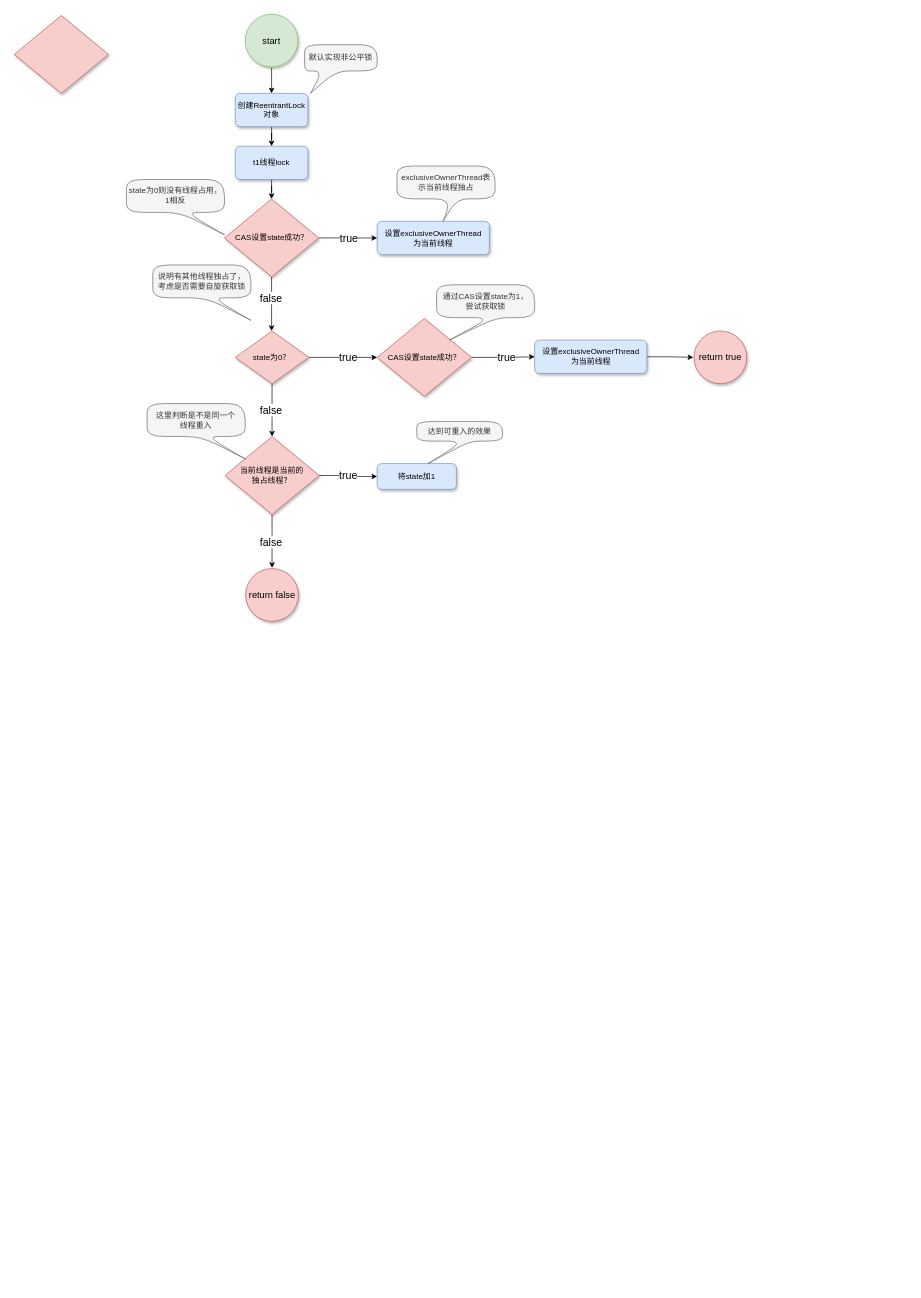
Above: typora/JavaSE/7 并发/JUC-interface-diagram/ReentrantLock执行流程.drawio in LDChing0321/JavaLearn (draw.io), before the change. Source tidied: cells renumbered, new cells numbered last; positions are measured from the earlier drawing's top-left corner, leaving out a move shared by most shapes. Both pictures are drawn from the tidied source at 66%, with x=0, y=0 at pixel (14, 14).
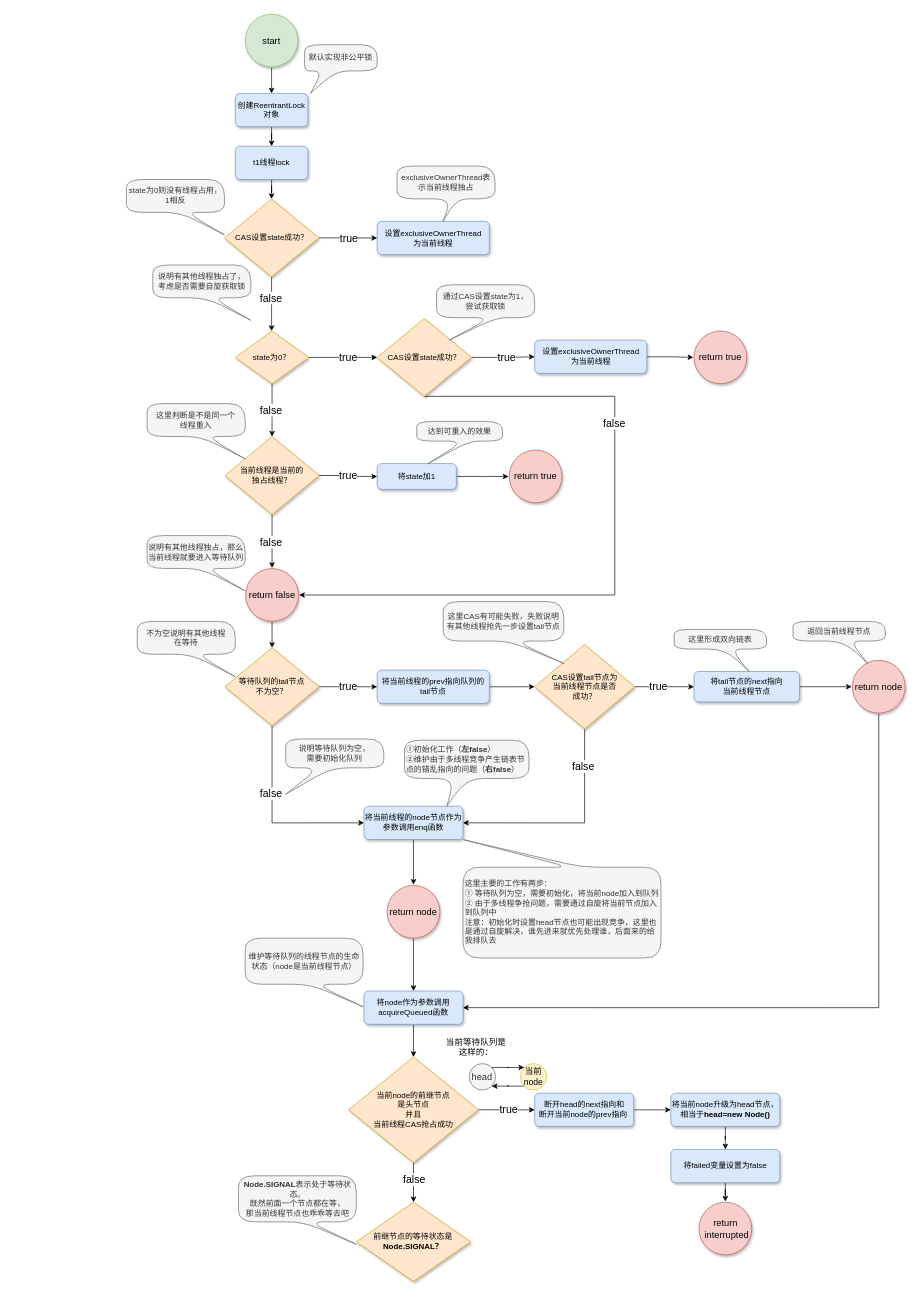
After the change.

Commit message:
更新ReentrantLock执行流程.drawio

The change refers to these unchanged cells:
```xml
<mxCell id="35" value="return&amp;nbsp;false" style="strokeWidth=1;html=1;shape=mxgraph.flowchart.start_2;whiteSpace=wrap;labelBorderColor=none;strokeColor=#b85450;perimeterSpacing=1;fillColor=#f8cecc;shadow=1;fontSize=14;" parent="1" vertex="1">
  <mxGeometry x="350.7" y="840" width="80" height="80" as="geometry" />
</mxCell>
<mxCell id="37" value="将state加1" style="rounded=1;whiteSpace=wrap;html=1;absoluteArcSize=1;arcSize=14;strokeWidth=1;fillColor=#dae8fc;strokeColor=#6c8ebf;shadow=1;" parent="1" vertex="1">
  <mxGeometry x="550" y="680.9" width="120" height="39.1" as="geometry" />
</mxCell>
```

Diff of the diagram source:
```diff
@@
-    <mxCell id="9" style="strokeWidth=1;html=1;shape=mxgraph.flowchart.decision;whiteSpace=wrap;fillColor=#f8cecc;strokeColor=#b85450;shadow=1;" parent="1" vertex="1">
-      <mxGeometry y="2" width="142.8" height="118" as="geometry" />
-    </mxCell>
@@
-    <mxCell id="13" value="CAS设置state成功？" style="strokeWidth=1;html=1;shape=mxgraph.flowchart.decision;whiteSpace=wrap;fillColor=#f8cecc;strokeColor=#b85450;shadow=1;" parent="1" vertex="1">
+    <mxCell id="13" value="CAS设置state成功？" style="strokeWidth=1;html=1;shape=mxgraph.flowchart.decision;whiteSpace=wrap;fillColor=#ffe6cc;strokeColor=#d79b00;shadow=1;" parent="1" vertex="1">
       <mxGeometry x="318.6" y="280" width="142.8" height="118" as="geometry" />
     </mxCell>
@@
-    <mxCell id="21" value="state为0？" style="strokeWidth=1;html=1;shape=mxgraph.flowchart.decision;whiteSpace=wrap;fillColor=#f8cecc;strokeColor=#b85450;shadow=1;" parent="1" vertex="1">
+    <mxCell id="21" value="state为0？" style="strokeWidth=1;html=1;shape=mxgraph.flowchart.decision;whiteSpace=wrap;fillColor=#ffe6cc;strokeColor=#d79b00;shadow=1;" parent="1" vertex="1">
       <mxGeometry x="335" y="480" width="111.4" height="80" as="geometry" />
     </mxCell>
@@
+    <mxCell id="40" style="edgeStyle=orthogonalEdgeStyle;rounded=0;jettySize=auto;html=1;exitX=0.5;exitY=1;exitDx=0;exitDy=0;exitPerimeter=0;entryX=1;entryY=0.5;entryDx=0;entryDy=0;entryPerimeter=0;fontSize=16;" parent="1" edge="1" source="23" target="35">
+      <mxGeometry relative="1" as="geometry">
+        <Array as="points">
+          <mxPoint x="910" y="579" />
+          <mxPoint x="910" y="880" />
+        </Array>
+      </mxGeometry>
+    </mxCell>
-    <mxCell id="23" value="CAS设置state成功？" style="strokeWidth=1;html=1;shape=mxgraph.flowchart.decision;whiteSpace=wrap;fillColor=#f8cecc;strokeColor=#b85450;shadow=1;" parent="1" vertex="1">
+    <mxCell id="23" value="CAS设置state成功？" style="strokeWidth=1;html=1;shape=mxgraph.flowchart.decision;whiteSpace=wrap;fillColor=#ffe6cc;strokeColor=#d79b00;shadow=1;" parent="1" vertex="1">
       <mxGeometry x="550" y="461" width="142.8" height="118" as="geometry" />
     </mxCell>
@@
-    <mxCell id="32" value="当前线程是当前的&lt;br&gt;独占线程？" style="strokeWidth=1;html=1;shape=mxgraph.flowchart.decision;whiteSpace=wrap;fillColor=#f8cecc;strokeColor=#b85450;shadow=1;" parent="1" vertex="1">
+    <mxCell id="32" value="当前线程是当前的&lt;br&gt;独占线程？" style="strokeWidth=1;html=1;shape=mxgraph.flowchart.decision;whiteSpace=wrap;fillColor=#ffe6cc;strokeColor=#d79b00;shadow=1;" parent="1" vertex="1">
       <mxGeometry x="319.3" y="640" width="142.8" height="118" as="geometry" />
     </mxCell>
@@
+    <mxCell id="41" style="edgeStyle=orthogonalEdgeStyle;rounded=0;jettySize=auto;html=1;fontSize=16;" parent="1" edge="1" source="35" target="48">
+      <mxGeometry relative="1" as="geometry" />
+    </mxCell>
@@
+    <mxCell id="42" style="edgeStyle=orthogonalEdgeStyle;rounded=0;jettySize=auto;html=1;fontSize=16;" parent="1" edge="1" source="37" target="43">
+      <mxGeometry relative="1" as="geometry" />
+    </mxCell>
@@
+    <mxCell id="43" value="return&amp;nbsp;true" style="strokeWidth=1;html=1;shape=mxgraph.flowchart.start_2;whiteSpace=wrap;labelBorderColor=none;strokeColor=#b85450;perimeterSpacing=1;fillColor=#f8cecc;shadow=1;fontSize=14;" parent="1" vertex="1">
+      <mxGeometry x="750" y="660.4" width="80" height="80" as="geometry" />
+    </mxCell>
+    <mxCell id="44" value="false" style="edgeLabel;html=1;align=center;verticalAlign=middle;fontSize=16;" parent="1" vertex="1">
+      <mxGeometry x="920" y="620" as="geometry">
+        <mxPoint x="-12" y="-1" as="offset" />
+      </mxGeometry>
+    </mxCell>
+    <mxCell id="45" value="说明有其他线程独占，那么当前线程就要进入等待队列" style="shape=callout;whiteSpace=wrap;html=1;perimeter=calloutPerimeter;position2=1;fillColor=#f5f5f5;fontColor=#333333;strokeColor=#666666;size=34;position=0.55;rounded=1;arcSize=50;base=9;spacing=3;" parent="1" vertex="1">
+      <mxGeometry x="201.4" y="790" width="148.6" height="83.8" as="geometry" />
+    </mxCell>
+    <mxCell id="46" style="edgeStyle=orthogonalEdgeStyle;rounded=0;jettySize=auto;html=1;fontSize=16;" parent="1" edge="1" source="48" target="51">
+      <mxGeometry relative="1" as="geometry" />
+    </mxCell>
+    <mxCell id="47" style="edgeStyle=orthogonalEdgeStyle;rounded=0;jettySize=auto;html=1;exitX=0.5;exitY=1;exitDx=0;exitDy=0;exitPerimeter=0;entryX=0;entryY=0.5;entryDx=0;entryDy=0;fontSize=16;" parent="1" edge="1" source="48" target="65">
+      <mxGeometry relative="1" as="geometry" />
+    </mxCell>
+    <mxCell id="48" value="等待队列的tail节点&lt;br&gt;不为空？" style="strokeWidth=1;html=1;shape=mxgraph.flowchart.decision;whiteSpace=wrap;fillColor=#ffe6cc;strokeColor=#d79b00;shadow=1;" parent="1" vertex="1">
+      <mxGeometry x="319.3" y="960" width="142.8" height="118" as="geometry" />
+    </mxCell>
+    <mxCell id="49" value="不为空说明有其他线程&lt;br&gt;在等待" style="shape=callout;whiteSpace=wrap;html=1;perimeter=calloutPerimeter;position2=1;fillColor=#f5f5f5;fontColor=#333333;strokeColor=#666666;size=34;position=0.55;rounded=1;arcSize=50;base=9;spacing=3;" parent="1" vertex="1">
+      <mxGeometry x="186.4" y="920" width="148.6" height="83.8" as="geometry" />
+    </mxCell>
+    <mxCell id="50" style="edgeStyle=orthogonalEdgeStyle;rounded=0;jettySize=auto;html=1;fontSize=16;" parent="1" edge="1" source="51" target="55">
+      <mxGeometry relative="1" as="geometry" />
+    </mxCell>
+    <mxCell id="51" value="将当前线程的prev指向队列的&lt;br&gt;tail节点" style="rounded=1;whiteSpace=wrap;html=1;absoluteArcSize=1;arcSize=14;strokeWidth=1;fillColor=#dae8fc;strokeColor=#6c8ebf;shadow=1;" parent="1" vertex="1">
+      <mxGeometry x="550" y="993.8" width="170" height="50.5" as="geometry" />
+    </mxCell>
+    <mxCell id="52" value="true" style="edgeLabel;html=1;align=center;verticalAlign=middle;fontSize=16;" parent="1" vertex="1">
+      <mxGeometry x="560" y="850" as="geometry">
+        <mxPoint x="-55" y="167" as="offset" />
+      </mxGeometry>
+    </mxCell>
+    <mxCell id="53" style="edgeStyle=orthogonalEdgeStyle;rounded=0;jettySize=auto;html=1;fontSize=16;" parent="1" edge="1" source="55" target="57">
+      <mxGeometry relative="1" as="geometry" />
+    </mxCell>
+    <mxCell id="54" style="edgeStyle=orthogonalEdgeStyle;rounded=0;jettySize=auto;html=1;exitX=0.5;exitY=1;exitDx=0;exitDy=0;exitPerimeter=0;entryX=1;entryY=0.5;entryDx=0;entryDy=0;fontSize=16;" parent="1" edge="1" source="55" target="65">
+      <mxGeometry relative="1" as="geometry" />
+    </mxCell>
+    <mxCell id="55" value="CAS设置tail节点为&lt;br&gt;当前线程节点是否&lt;br&gt;成功？" style="strokeWidth=1;html=1;shape=mxgraph.flowchart.decision;whiteSpace=wrap;fillColor=#ffe6cc;strokeColor=#d79b00;shadow=1;" parent="1" vertex="1">
+      <mxGeometry x="788.6" y="955" width="151.4" height="128" as="geometry" />
+    </mxCell>
+    <mxCell id="56" style="edgeStyle=orthogonalEdgeStyle;rounded=0;jettySize=auto;html=1;fontSize=16;" parent="1" edge="1" source="57" target="60">
+      <mxGeometry relative="1" as="geometry" />
+    </mxCell>
+    <mxCell id="57" value="将tail节点的next指向&lt;br&gt;当前线程节点" style="rounded=1;whiteSpace=wrap;html=1;absoluteArcSize=1;arcSize=14;strokeWidth=1;fillColor=#dae8fc;strokeColor=#6c8ebf;shadow=1;" parent="1" vertex="1">
+      <mxGeometry x="1030" y="995.9" width="160" height="46.2" as="geometry" />
+    </mxCell>
+    <mxCell id="58" value="true" style="edgeLabel;html=1;align=center;verticalAlign=middle;fontSize=16;" parent="1" vertex="1">
+      <mxGeometry x="1030" y="850" as="geometry">
+        <mxPoint x="-55" y="167" as="offset" />
+      </mxGeometry>
+    </mxCell>
+    <mxCell id="59" style="edgeStyle=orthogonalEdgeStyle;rounded=0;jettySize=auto;html=1;exitX=0.5;exitY=1;exitDx=0;exitDy=0;exitPerimeter=0;entryX=1;entryY=0.5;entryDx=0;entryDy=0;fontSize=16;" parent="1" edge="1" source="60" target="74">
+      <mxGeometry relative="1" as="geometry" />
+    </mxCell>
+    <mxCell id="60" value="return&amp;nbsp;node" style="strokeWidth=1;html=1;shape=mxgraph.flowchart.start_2;whiteSpace=wrap;labelBorderColor=none;strokeColor=#b85450;perimeterSpacing=1;fillColor=#f8cecc;shadow=1;fontSize=14;" parent="1" vertex="1">
+      <mxGeometry x="1270" y="979" width="80" height="80" as="geometry" />
+    </mxCell>
+    <mxCell id="61" value="返回当前线程节点" style="shape=callout;whiteSpace=wrap;html=1;perimeter=calloutPerimeter;position2=0.81;fillColor=#f5f5f5;fontColor=#333333;strokeColor=#666666;size=34;position=0.55;rounded=1;arcSize=50;base=9;spacing=3;" parent="1" vertex="1">
+      <mxGeometry x="1180" y="920" width="140" height="63.8" as="geometry" />
+    </mxCell>
+    <mxCell id="62" value="这里形成双向链表" style="shape=callout;whiteSpace=wrap;html=1;perimeter=calloutPerimeter;position2=0.81;fillColor=#f5f5f5;fontColor=#333333;strokeColor=#666666;size=34;position=0.55;rounded=1;arcSize=50;base=9;spacing=3;" parent="1" vertex="1">
+      <mxGeometry x="1000" y="932.1" width="140" height="63.8" as="geometry" />
+    </mxCell>
+    <mxCell id="63" value="这里CAS有可能失败，失败说明有其他线程抢先一步设置tail节点" style="shape=callout;whiteSpace=wrap;html=1;perimeter=calloutPerimeter;position2=1;fillColor=#f5f5f5;fontColor=#333333;strokeColor=#666666;size=34;position=0.55;rounded=1;arcSize=50;base=9;spacing=3;" parent="1" vertex="1">
+      <mxGeometry x="650" y="890" width="182.8" height="93.8" as="geometry" />
+    </mxCell>
+    <mxCell id="64" style="edgeStyle=orthogonalEdgeStyle;rounded=0;jettySize=auto;html=1;fontSize=16;" parent="1" edge="1" source="65" target="71">
+      <mxGeometry relative="1" as="geometry" />
+    </mxCell>
+    <mxCell id="65" value="将当前线程的node节点作为参数调用enq函数" style="rounded=1;whiteSpace=wrap;html=1;absoluteArcSize=1;arcSize=14;strokeWidth=1;fillColor=#dae8fc;strokeColor=#6c8ebf;shadow=1;" parent="1" vertex="1">
+      <mxGeometry x="530" y="1200" width="150" height="50.5" as="geometry" />
+    </mxCell>
+    <mxCell id="66" value="false" style="edgeLabel;html=1;align=center;verticalAlign=middle;fontSize=16;" parent="1" vertex="1">
+      <mxGeometry x="873.6" y="1140" as="geometry">
+        <mxPoint x="-12" y="-1" as="offset" />
+      </mxGeometry>
+    </mxCell>
+    <mxCell id="67" value="false" style="edgeLabel;html=1;align=center;verticalAlign=middle;fontSize=16;" parent="1" vertex="1">
+      <mxGeometry x="400" y="1181.9" as="geometry">
+        <mxPoint x="-12" y="-1" as="offset" />
+      </mxGeometry>
+    </mxCell>
+    <mxCell id="68" value="说明等待队列为空，&lt;br&gt;需要初始化队列" style="shape=callout;whiteSpace=wrap;html=1;perimeter=calloutPerimeter;position2=0;fillColor=#f5f5f5;fontColor=#333333;strokeColor=#666666;size=40;position=0.34;rounded=1;arcSize=50;base=19;spacing=3;" parent="1" vertex="1">
+      <mxGeometry x="411.4" y="1098.1" width="148.6" height="83.8" as="geometry" />
+    </mxCell>
+    <mxCell id="69" value="①初始化工作（&lt;b&gt;左false&lt;/b&gt;）&lt;br&gt;②维护由于多线程竞争产生链表节点的错乱指向的问题（&lt;b&gt;右false&lt;/b&gt;）" style="shape=callout;whiteSpace=wrap;html=1;perimeter=calloutPerimeter;position2=0.34;fillColor=#f5f5f5;fontColor=#333333;strokeColor=#666666;size=42;position=0.4;rounded=1;arcSize=50;base=19;spacing=3;align=left;" parent="1" vertex="1">
+      <mxGeometry x="591.4" y="1100" width="188.6" height="100" as="geometry" />
+    </mxCell>
+    <mxCell id="70" style="edgeStyle=orthogonalEdgeStyle;rounded=0;jettySize=auto;html=1;fontSize=16;" parent="1" edge="1" source="71" target="74">
+      <mxGeometry relative="1" as="geometry" />
+    </mxCell>
+    <mxCell id="71" value="return&amp;nbsp;node" style="strokeWidth=1;html=1;shape=mxgraph.flowchart.start_2;whiteSpace=wrap;labelBorderColor=none;strokeColor=#b85450;perimeterSpacing=1;fillColor=#f8cecc;shadow=1;fontSize=14;" parent="1" vertex="1">
+      <mxGeometry x="565" y="1320" width="80" height="80" as="geometry" />
+    </mxCell>
+    <mxCell id="72" value="这里主要的工作有两步：&lt;br&gt;①&amp;nbsp;等待队列为空，需要初始化，将当前node加入到队列&lt;br&gt;②&amp;nbsp;由于多线程争抢问题，需要通过自旋将当前节点加入到队列中&lt;br&gt;注意：初始化时设置head节点也可能出现竞争，这里也是通过自旋解决，谁先进来就优先处理谁，后面来的给我排队去" style="shape=callout;whiteSpace=wrap;html=1;perimeter=calloutPerimeter;position2=1;fillColor=#f5f5f5;fontColor=#333333;strokeColor=#666666;size=42;position=0.4;rounded=1;arcSize=50;base=19;spacing=3;align=left;direction=west;" parent="1" vertex="1">
+      <mxGeometry x="680" y="1250.5" width="300" height="179.5" as="geometry" />
+    </mxCell>
+    <mxCell id="73" style="edgeStyle=orthogonalEdgeStyle;rounded=0;jettySize=auto;html=1;fontSize=16;" parent="1" edge="1" source="74" target="78">
+      <mxGeometry relative="1" as="geometry" />
+    </mxCell>
+    <mxCell id="74" value="将node作为参数调用&lt;br&gt;acquireQueued函数" style="rounded=1;whiteSpace=wrap;html=1;absoluteArcSize=1;arcSize=14;strokeWidth=1;fillColor=#dae8fc;strokeColor=#6c8ebf;shadow=1;" parent="1" vertex="1">
+      <mxGeometry x="530" y="1480" width="150" height="50.5" as="geometry" />
+    </mxCell>
+    <mxCell id="75" value="维护等待队列的线程节点的生命状态（node是当前线程节点）" style="shape=callout;whiteSpace=wrap;html=1;perimeter=calloutPerimeter;position2=1;fillColor=#f5f5f5;fontColor=#333333;strokeColor=#666666;size=34;position=0.55;rounded=1;arcSize=50;base=9;spacing=3;" parent="1" vertex="1">
+      <mxGeometry x="350" y="1400" width="178.6" height="103.8" as="geometry" />
+    </mxCell>
+    <mxCell id="76" style="edgeStyle=orthogonalEdgeStyle;rounded=0;jettySize=auto;html=1;fontSize=16;" parent="1" edge="1" source="78" target="80">
+      <mxGeometry relative="1" as="geometry" />
+    </mxCell>
+    <mxCell id="77" style="edgeStyle=orthogonalEdgeStyle;rounded=0;jettySize=auto;html=1;fontSize=13;" parent="1" edge="1" source="78" target="93">
+      <mxGeometry relative="1" as="geometry" />
+    </mxCell>
+    <mxCell id="78" value="当前node的前继节点&lt;br&gt;是头节点&lt;br&gt;并且&lt;br&gt;当前线程CAS抢占成功" style="strokeWidth=1;html=1;shape=mxgraph.flowchart.decision;whiteSpace=wrap;fillColor=#ffe6cc;strokeColor=#d79b00;shadow=1;" parent="1" vertex="1">
+      <mxGeometry x="506.8" y="1580" width="196.4" height="160" as="geometry" />
+    </mxCell>
+    <mxCell id="79" style="edgeStyle=orthogonalEdgeStyle;rounded=0;jettySize=auto;html=1;fontSize=16;" parent="1" edge="1" source="80" target="83">
+      <mxGeometry relative="1" as="geometry" />
+    </mxCell>
+    <mxCell id="80" value="断开head的next指向和&lt;br&gt;断开当前node的prev指向&lt;span style=&quot;white-space: pre;&quot;&gt; &lt;/span&gt;" style="rounded=1;whiteSpace=wrap;html=1;absoluteArcSize=1;arcSize=14;strokeWidth=1;fillColor=#dae8fc;strokeColor=#6c8ebf;shadow=1;" parent="1" vertex="1">
+      <mxGeometry x="788.6" y="1634.8" width="150" height="50.5" as="geometry" />
+    </mxCell>
+    <mxCell id="81" value="true" style="edgeLabel;html=1;align=center;verticalAlign=middle;fontSize=16;" parent="1" vertex="1">
+      <mxGeometry x="760" y="1660" as="geometry">
+        <mxPoint x="-12" y="-1" as="offset" />
+      </mxGeometry>
+    </mxCell>
+    <mxCell id="82" style="edgeStyle=orthogonalEdgeStyle;rounded=0;jettySize=auto;html=1;fontSize=13;" parent="1" edge="1" source="83" target="91">
+      <mxGeometry relative="1" as="geometry" />
+    </mxCell>
+    <mxCell id="83" value="将当前node升级为head节点，相当于&lt;b&gt;head=new Node()&lt;/b&gt;" style="rounded=1;whiteSpace=wrap;html=1;absoluteArcSize=1;arcSize=14;strokeWidth=1;fillColor=#dae8fc;strokeColor=#6c8ebf;shadow=1;" parent="1" vertex="1">
+      <mxGeometry x="995" y="1634.8" width="165" height="50.5" as="geometry" />
+    </mxCell>
+    <mxCell id="84" style="group;" parent="1" vertex="1">
+      <mxGeometry x="689.4" y="1590" width="117.5" height="40" as="geometry" />
+    </mxCell>
+    <mxCell id="85" value="head" style="ellipse;whiteSpace=wrap;html=1;fontSize=14;fillColor=#f5f5f5;fontColor=#333333;strokeColor=#666666;" parent="84" vertex="1">
+      <mxGeometry width="40" height="40" as="geometry" />
+    </mxCell>
+    <mxCell id="86" style="edgeStyle=orthogonalEdgeStyle;rounded=0;jettySize=auto;html=1;exitX=0;exitY=1;exitDx=0;exitDy=0;entryX=1;entryY=1;entryDx=0;entryDy=0;fontSize=13;" parent="84" edge="1" source="87" target="85">
+      <mxGeometry relative="1" as="geometry" />
+    </mxCell>
+    <mxCell id="87" value="当前node" style="ellipse;whiteSpace=wrap;html=1;fontSize=13;fillColor=#fff2cc;strokeColor=#d6b656;" parent="84" vertex="1">
+      <mxGeometry x="77.5" width="40" height="40" as="geometry" />
+    </mxCell>
+    <mxCell id="88" style="edgeStyle=orthogonalEdgeStyle;rounded=0;jettySize=auto;html=1;exitX=1;exitY=0;exitDx=0;exitDy=0;entryX=0;entryY=0;entryDx=0;entryDy=0;fontSize=13;" parent="84" edge="1" source="85" target="87">
+      <mxGeometry relative="1" as="geometry" />
+    </mxCell>
+    <mxCell id="89" value="当前等待队列是这样的：" style="text;html=1;strokeColor=none;fillColor=none;align=center;verticalAlign=middle;whiteSpace=wrap;rounded=0;fontSize=13;" parent="1" vertex="1">
+      <mxGeometry x="650" y="1550" width="100" height="30" as="geometry" />
+    </mxCell>
+    <mxCell id="90" style="edgeStyle=orthogonalEdgeStyle;rounded=0;jettySize=auto;html=1;fontSize=13;" parent="1" edge="1" source="91" target="92">
+      <mxGeometry relative="1" as="geometry" />
+    </mxCell>
+    <mxCell id="91" value="将failed变量设置为false" style="rounded=1;whiteSpace=wrap;html=1;absoluteArcSize=1;arcSize=14;strokeWidth=1;fillColor=#dae8fc;strokeColor=#6c8ebf;shadow=1;" parent="1" vertex="1">
+      <mxGeometry x="995" y="1720" width="165" height="50.5" as="geometry" />
+    </mxCell>
+    <mxCell id="92" value="return&lt;br&gt;&amp;nbsp;interrupted" style="strokeWidth=1;html=1;shape=mxgraph.flowchart.start_2;whiteSpace=wrap;labelBorderColor=none;strokeColor=#b85450;perimeterSpacing=1;fillColor=#f8cecc;shadow=1;fontSize=14;" parent="1" vertex="1">
+      <mxGeometry x="1037.5" y="1800" width="80" height="80" as="geometry" />
+    </mxCell>
+    <mxCell id="93" value="前继节点的等待状态是&lt;br&gt;&lt;b&gt;Node.SIGNAL？&lt;/b&gt;" style="strokeWidth=1;html=1;shape=mxgraph.flowchart.decision;whiteSpace=wrap;fillColor=#ffe6cc;strokeColor=#d79b00;shadow=1;" parent="1" vertex="1">
+      <mxGeometry x="518.4" y="1800" width="173.2" height="120" as="geometry" />
+    </mxCell>
+    <mxCell id="94" value="false" style="edgeLabel;html=1;align=center;verticalAlign=middle;fontSize=16;" parent="1" vertex="1">
+      <mxGeometry x="617" y="1766.5" as="geometry">
+        <mxPoint x="-12" y="-1" as="offset" />
+      </mxGeometry>
+    </mxCell>
+    <mxCell id="95" value="&lt;b&gt;Node.SIGNAL&lt;/b&gt;表示处于等待状态。&lt;br&gt;既然前面一个节点都在等，&lt;br&gt;那当前线程节点也乖乖等去吧" style="shape=callout;whiteSpace=wrap;html=1;perimeter=calloutPerimeter;position2=1;fillColor=#f5f5f5;fontColor=#333333;strokeColor=#666666;size=34;position=0.55;rounded=1;arcSize=50;base=9;spacing=3;" parent="1" vertex="1">
+      <mxGeometry x="339.8" y="1760" width="178.6" height="103.8" as="geometry" />
+    </mxCell>
```
